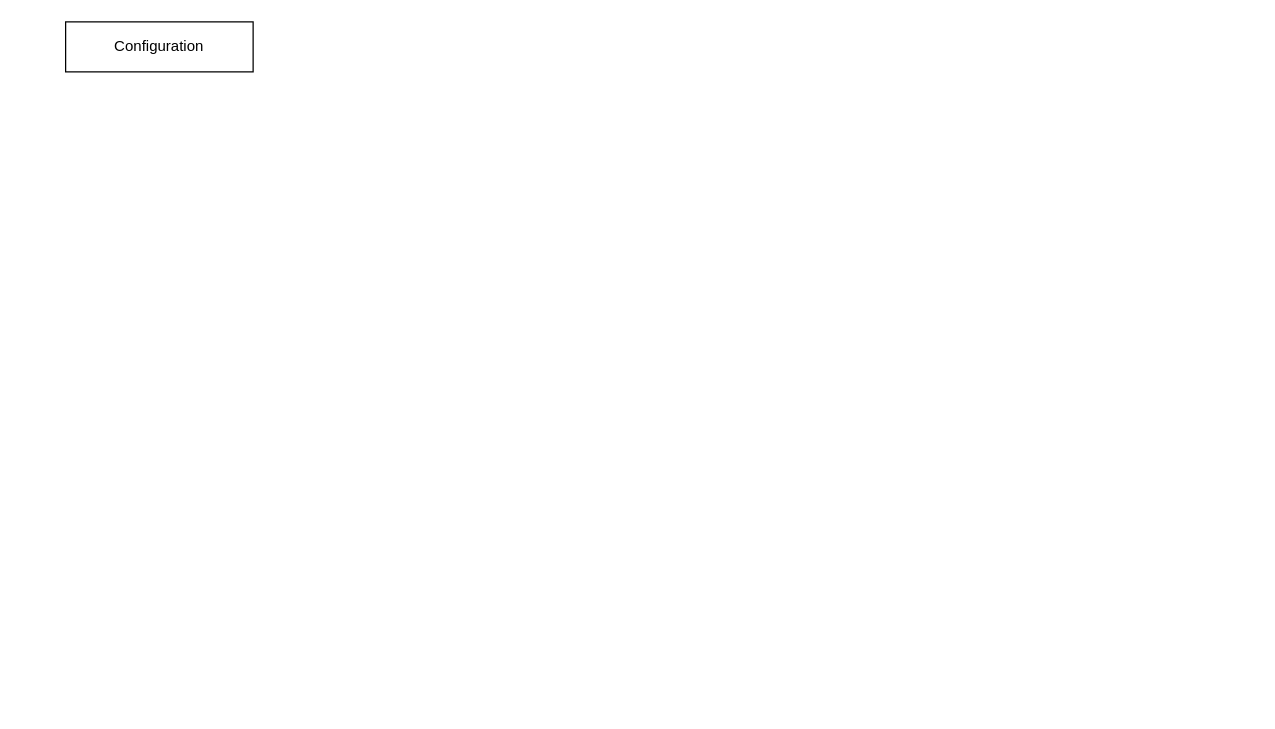
Above: mybatis_code.drawio in Ordertiny/graph (draw.io), before the change. Source tidied: cells renumbered, new cells numbered last; positions are measured from the earlier drawing's top-left corner, leaving out a move shared by most shapes. Both pictures are drawn from the tidied source at 125%, with x=0, y=0 at pixel (65, 21).
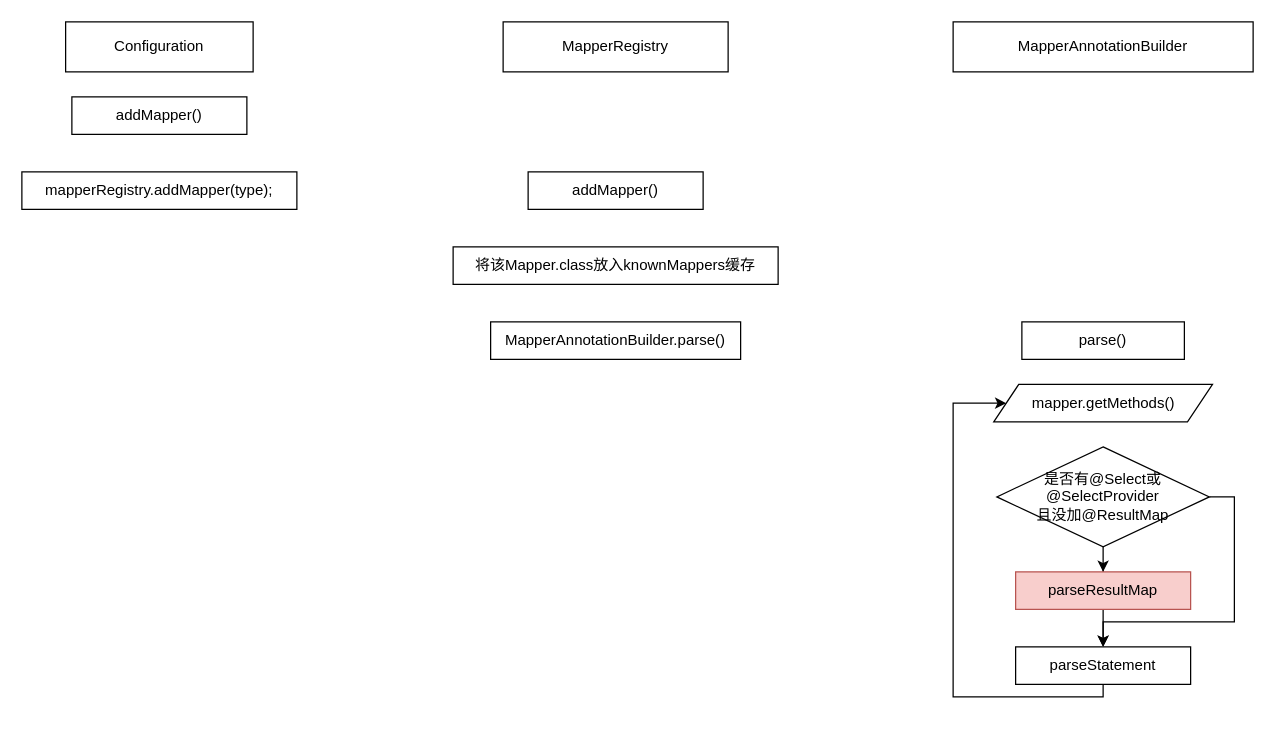
Above is the later version.

Change to the diagram source:
```diff
@@
+    <mxCell id="3" value="addMapper()" style="whiteSpace=wrap;html=1;" parent="1" vertex="1">
+      <mxGeometry x="5" y="60" width="140" height="30" as="geometry" />
+    </mxCell>
+    <mxCell id="4" value="mapperRegistry.addMapper(type);" style="whiteSpace=wrap;html=1;" parent="1" vertex="1">
+      <mxGeometry x="-35" y="120" width="220" height="30" as="geometry" />
+    </mxCell>
+    <mxCell id="5" value="MapperRegistry" style="whiteSpace=wrap;html=1;" parent="1" vertex="1">
+      <mxGeometry x="350" width="180" height="40" as="geometry" />
+    </mxCell>
+    <mxCell id="6" value="addMapper()" style="whiteSpace=wrap;html=1;" parent="1" vertex="1">
+      <mxGeometry x="370" y="120" width="140" height="30" as="geometry" />
+    </mxCell>
+    <mxCell id="7" value="将该Mapper.class放入knownMappers缓存" style="whiteSpace=wrap;html=1;" parent="1" vertex="1">
+      <mxGeometry x="310" y="180" width="260" height="30" as="geometry" />
+    </mxCell>
+    <mxCell id="8" value="MapperAnnotationBuilder.parse()" style="whiteSpace=wrap;html=1;" parent="1" vertex="1">
+      <mxGeometry x="340" y="240" width="200" height="30" as="geometry" />
+    </mxCell>
+    <mxCell id="9" value="MapperAnnotationBuilder" style="whiteSpace=wrap;html=1;" parent="1" vertex="1">
+      <mxGeometry x="710" width="240" height="40" as="geometry" />
+    </mxCell>
+    <mxCell id="10" value="parse()" style="whiteSpace=wrap;html=1;" parent="1" vertex="1">
+      <mxGeometry x="765" y="240" width="130" height="30" as="geometry" />
+    </mxCell>
+    <mxCell id="11" value="mapper.getMethods()" style="shape=parallelogram;perimeter=parallelogramPerimeter;whiteSpace=wrap;html=1;fixedSize=1;" parent="1" vertex="1">
+      <mxGeometry x="742.5" y="290" width="175" height="30" as="geometry" />
+    </mxCell>
+    <mxCell id="12" style="edgeStyle=orthogonalEdgeStyle;rounded=0;jettySize=auto;html=1;exitX=0.5;exitY=1;exitDx=0;exitDy=0;" parent="1" edge="1" source="14" target="16">
+      <mxGeometry relative="1" as="geometry" />
+    </mxCell>
+    <mxCell id="13" style="edgeStyle=orthogonalEdgeStyle;rounded=0;jettySize=auto;html=1;exitX=1;exitY=0.5;exitDx=0;exitDy=0;entryX=0.5;entryY=0;entryDx=0;entryDy=0;" parent="1" edge="1" source="14" target="18">
+      <mxGeometry relative="1" as="geometry">
+        <Array as="points">
+          <mxPoint x="935" y="380" />
+          <mxPoint x="935" y="480" />
+          <mxPoint x="830" y="480" />
+        </Array>
+      </mxGeometry>
+    </mxCell>
+    <mxCell id="14" value="是否有@Select或&lt;br&gt;@SelectProvider&lt;br&gt;且没加@ResultMap" style="rhombus;whiteSpace=wrap;html=1;" parent="1" vertex="1">
+      <mxGeometry x="745" y="340" width="170" height="80" as="geometry" />
+    </mxCell>
+    <mxCell id="15" style="edgeStyle=orthogonalEdgeStyle;rounded=0;jettySize=auto;html=1;exitX=0.5;exitY=1;exitDx=0;exitDy=0;entryX=0.5;entryY=0;entryDx=0;entryDy=0;" parent="1" edge="1" source="16" target="18">
+      <mxGeometry relative="1" as="geometry" />
+    </mxCell>
+    <mxCell id="16" value="parseResultMap" style="whiteSpace=wrap;html=1;fillColor=#f8cecc;strokeColor=#b85450;" parent="1" vertex="1">
+      <mxGeometry x="760" y="440" width="140" height="30" as="geometry" />
+    </mxCell>
+    <mxCell id="17" style="edgeStyle=orthogonalEdgeStyle;rounded=0;jettySize=auto;html=1;exitX=0.5;exitY=1;exitDx=0;exitDy=0;entryX=0;entryY=0.5;entryDx=0;entryDy=0;" parent="1" edge="1" source="18" target="11">
+      <mxGeometry relative="1" as="geometry">
+        <Array as="points">
+          <mxPoint x="830" y="540" />
+          <mxPoint x="710" y="540" />
+          <mxPoint x="710" y="305" />
+        </Array>
+      </mxGeometry>
+    </mxCell>
+    <mxCell id="18" value="parseStatement" style="whiteSpace=wrap;html=1;" parent="1" vertex="1">
+      <mxGeometry x="760" y="500" width="140" height="30" as="geometry" />
+    </mxCell>
```
